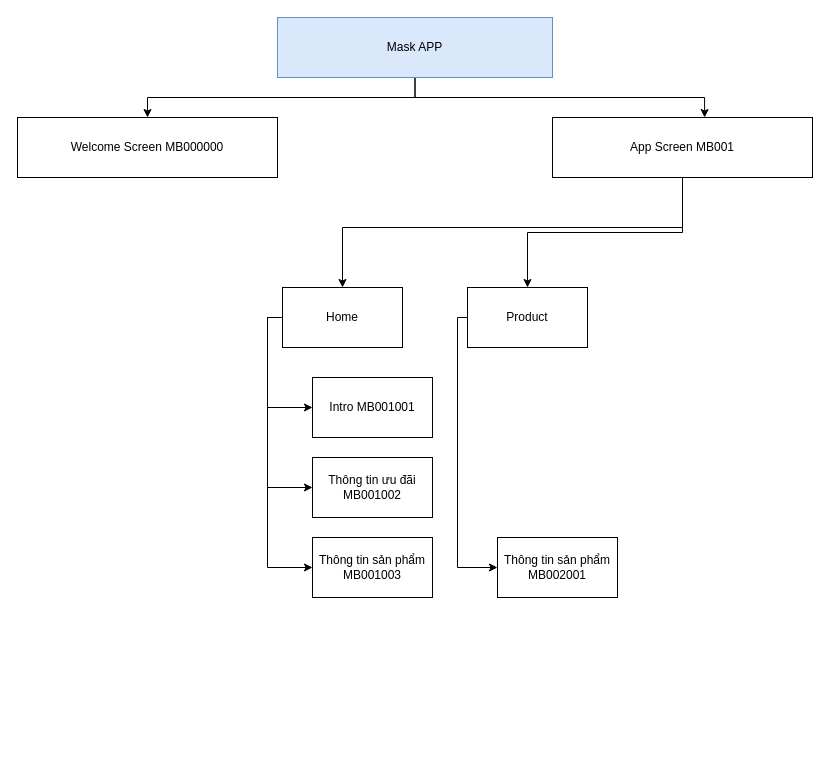
Earlier version of the draw.io diagram PRM/01.SA/SiteMap.drawio (nghipq/Group5). Source tidied: cells renumbered, new cells numbered last; positions are measured from the earlier drawing's top-left corner, leaving out a move shared by most shapes. Both pictures are drawn from the tidied source at 100%, with x=0, y=0 at pixel (17, 17).
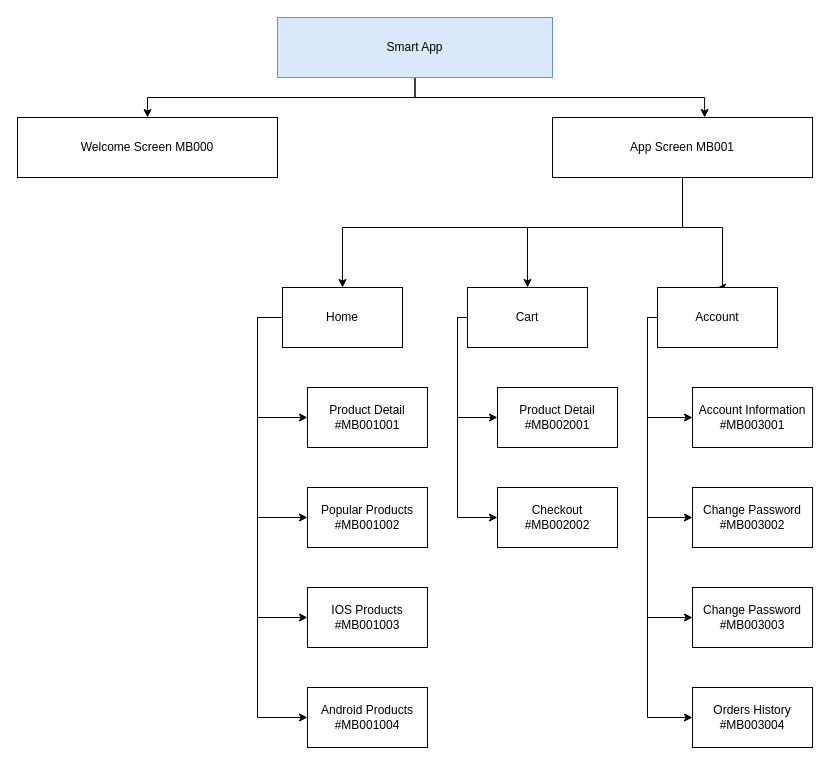
Above is the later version.

The change refers to these unchanged cells:
```xml
<mxCell id="8" value="App Screen MB001" style="rounded=0;whiteSpace=wrap;html=1;" parent="1" vertex="1">
  <mxGeometry x="535" y="100" width="260" height="60" as="geometry" />
</mxCell>
<mxCell id="12" value="Home" style="rounded=0;whiteSpace=wrap;html=1;" parent="1" vertex="1">
  <mxGeometry x="265" y="270" width="120" height="60" as="geometry" />
</mxCell>
```

The edit, as a diff of the source:
```diff
@@
-    <mxCell id="4" value="Mask APP" style="rounded=0;whiteSpace=wrap;html=1;fillColor=#dae8fc;strokeColor=#6c8ebf;" parent="1" vertex="1">
+    <mxCell id="4" value="Smart App" style="rounded=0;whiteSpace=wrap;html=1;fillColor=#dae8fc;strokeColor=#6c8ebf;" parent="1" vertex="1">
       <mxGeometry x="260" width="275" height="60" as="geometry" />
     </mxCell>
-    <mxCell id="5" value="Welcome Screen MB000000" style="rounded=0;whiteSpace=wrap;html=1;" parent="1" vertex="1">
+    <mxCell id="5" value="Welcome Screen MB000" style="rounded=0;whiteSpace=wrap;html=1;" parent="1" vertex="1">
       <mxGeometry y="100" width="260" height="60" as="geometry" />
     </mxCell>
@@
     <mxCell id="7" style="edgeStyle=orthogonalEdgeStyle;rounded=0;jettySize=auto;html=1;" parent="1" edge="1" source="8" target="14">
-      <mxGeometry relative="1" as="geometry" />
+      <mxGeometry relative="1" as="geometry">
+        <Array as="points">
+          <mxPoint x="665" y="210" />
+          <mxPoint x="510" y="210" />
+        </Array>
+      </mxGeometry>
     </mxCell>
+    <mxCell id="19" style="edgeStyle=orthogonalEdgeStyle;rounded=0;jettySize=auto;html=1;entryX=0.5;entryY=0;entryDx=0;entryDy=0;" parent="1" edge="1" source="8" target="32">
+      <mxGeometry relative="1" as="geometry">
+        <Array as="points">
+          <mxPoint x="665" y="210" />
+          <mxPoint x="705" y="210" />
+        </Array>
+      </mxGeometry>
+    </mxCell>
@@
-    <mxCell id="9" style="edgeStyle=orthogonalEdgeStyle;rounded=0;jettySize=auto;html=1;entryX=0;entryY=0.5;entryDx=0;entryDy=0;" parent="1" edge="1" source="12" target="15">
-      <mxGeometry relative="1" as="geometry">
-        <Array as="points">
-          <mxPoint x="250" y="300" />
-          <mxPoint x="250" y="390" />
-        </Array>
-      </mxGeometry>
-    </mxCell>
-    <mxCell id="10" style="edgeStyle=orthogonalEdgeStyle;rounded=0;jettySize=auto;html=1;entryX=0;entryY=0.5;entryDx=0;entryDy=0;" parent="1" edge="1" source="12" target="16">
-      <mxGeometry relative="1" as="geometry">
-        <Array as="points">
-          <mxPoint x="250" y="300" />
-          <mxPoint x="250" y="470" />
-        </Array>
-      </mxGeometry>
-    </mxCell>
     <mxCell id="11" style="edgeStyle=orthogonalEdgeStyle;rounded=0;jettySize=auto;html=1;entryX=0;entryY=0.5;entryDx=0;entryDy=0;" parent="1" edge="1" source="12" target="17">
       <mxGeometry relative="1" as="geometry">
         <Array as="points">
-          <mxPoint x="250" y="300" />
-          <mxPoint x="250" y="550" />
+          <mxPoint x="240" y="300" />
+          <mxPoint x="240" y="400" />
         </Array>
       </mxGeometry>
     </mxCell>
+    <mxCell id="20" style="edgeStyle=orthogonalEdgeStyle;rounded=0;jettySize=auto;html=1;entryX=0;entryY=0.5;entryDx=0;entryDy=0;" parent="1" edge="1" source="12" target="25">
+      <mxGeometry relative="1" as="geometry">
+        <Array as="points">
+          <mxPoint x="240" y="300" />
+          <mxPoint x="240" y="700" />
+        </Array>
+      </mxGeometry>
+    </mxCell>
+    <mxCell id="21" style="edgeStyle=orthogonalEdgeStyle;rounded=0;jettySize=auto;html=1;entryX=0;entryY=0.5;entryDx=0;entryDy=0;" parent="1" edge="1" source="12" target="26">
+      <mxGeometry relative="1" as="geometry">
+        <Array as="points">
+          <mxPoint x="240" y="300" />
+          <mxPoint x="240" y="600" />
+        </Array>
+      </mxGeometry>
+    </mxCell>
+    <mxCell id="22" style="edgeStyle=orthogonalEdgeStyle;rounded=0;jettySize=auto;html=1;entryX=0;entryY=0.5;entryDx=0;entryDy=0;" parent="1" edge="1" source="12" target="24">
+      <mxGeometry relative="1" as="geometry">
+        <Array as="points">
+          <mxPoint x="240" y="300" />
+          <mxPoint x="240" y="500" />
+        </Array>
+      </mxGeometry>
+    </mxCell>
@@
     <mxCell id="13" style="edgeStyle=orthogonalEdgeStyle;rounded=0;jettySize=auto;html=1;entryX=0;entryY=0.5;entryDx=0;entryDy=0;" parent="1" edge="1" source="14" target="18">
       <mxGeometry relative="1" as="geometry">
         <Array as="points">
           <mxPoint x="440" y="300" />
-          <mxPoint x="440" y="550" />
+          <mxPoint x="440" y="400" />
         </Array>
       </mxGeometry>
     </mxCell>
+    <mxCell id="23" style="edgeStyle=orthogonalEdgeStyle;rounded=0;jettySize=auto;html=1;entryX=0;entryY=0.5;entryDx=0;entryDy=0;" parent="1" edge="1" source="14" target="27">
+      <mxGeometry relative="1" as="geometry">
+        <Array as="points">
+          <mxPoint x="440" y="300" />
+          <mxPoint x="440" y="500" />
+        </Array>
+      </mxGeometry>
+    </mxCell>
-    <mxCell id="14" value="Product" style="rounded=0;whiteSpace=wrap;html=1;" parent="1" vertex="1">
+    <mxCell id="14" value="Cart" style="rounded=0;whiteSpace=wrap;html=1;" parent="1" vertex="1">
       <mxGeometry x="450" y="270" width="120" height="60" as="geometry" />
     </mxCell>
-    <mxCell id="15" value="Intro MB001001" style="rounded=0;whiteSpace=wrap;html=1;" parent="1" vertex="1">
-      <mxGeometry x="295" y="360" width="120" height="60" as="geometry" />
-    </mxCell>
-    <mxCell id="16" value="Thông tin ưu đãi MB001002" style="rounded=0;whiteSpace=wrap;html=1;" parent="1" vertex="1">
-      <mxGeometry x="295" y="440" width="120" height="60" as="geometry" />
-    </mxCell>
-    <mxCell id="17" value="Thông tin sản phẩm MB001003" style="rounded=0;whiteSpace=wrap;html=1;" parent="1" vertex="1">
-      <mxGeometry x="295" y="520" width="120" height="60" as="geometry" />
+    <mxCell id="17" value="Product Detail #MB001001" style="rounded=0;whiteSpace=wrap;html=1;" parent="1" vertex="1">
+      <mxGeometry x="290" y="370" width="120" height="60" as="geometry" />
     </mxCell>
-    <mxCell id="18" value="Thông tin sản phẩm MB002001" style="rounded=0;whiteSpace=wrap;html=1;" parent="1" vertex="1">
-      <mxGeometry x="480" y="520" width="120" height="60" as="geometry" />
+    <mxCell id="18" value="Product Detail #MB002001" style="rounded=0;whiteSpace=wrap;html=1;" parent="1" vertex="1">
+      <mxGeometry x="480" y="370" width="120" height="60" as="geometry" />
     </mxCell>
+    <mxCell id="24" value="Popular Products #MB001002" style="rounded=0;whiteSpace=wrap;html=1;" parent="1" vertex="1">
+      <mxGeometry x="290" y="470" width="120" height="60" as="geometry" />
+    </mxCell>
+    <mxCell id="25" value="Android Products #MB001004" style="rounded=0;whiteSpace=wrap;html=1;" parent="1" vertex="1">
+      <mxGeometry x="290" y="670" width="120" height="60" as="geometry" />
+    </mxCell>
+    <mxCell id="26" value="IOS Products #MB001003" style="rounded=0;whiteSpace=wrap;html=1;" parent="1" vertex="1">
+      <mxGeometry x="290" y="570" width="120" height="60" as="geometry" />
+    </mxCell>
+    <mxCell id="27" value="Checkout #MB002002" style="rounded=0;whiteSpace=wrap;html=1;" parent="1" vertex="1">
+      <mxGeometry x="480" y="470" width="120" height="60" as="geometry" />
+    </mxCell>
+    <mxCell id="28" style="edgeStyle=orthogonalEdgeStyle;rounded=0;jettySize=auto;html=1;entryX=0;entryY=0.5;entryDx=0;entryDy=0;" parent="1" edge="1" source="32" target="33">
+      <mxGeometry relative="1" as="geometry">
+        <Array as="points">
+          <mxPoint x="630" y="300" />
+          <mxPoint x="630" y="400" />
+        </Array>
+      </mxGeometry>
+    </mxCell>
+    <mxCell id="29" style="edgeStyle=orthogonalEdgeStyle;rounded=0;jettySize=auto;html=1;entryX=0;entryY=0.5;entryDx=0;entryDy=0;" parent="1" edge="1" source="32" target="34">
+      <mxGeometry relative="1" as="geometry">
+        <Array as="points">
+          <mxPoint x="630" y="300" />
+          <mxPoint x="630" y="500" />
+        </Array>
+      </mxGeometry>
+    </mxCell>
+    <mxCell id="30" style="edgeStyle=orthogonalEdgeStyle;rounded=0;jettySize=auto;html=1;entryX=0;entryY=0.5;entryDx=0;entryDy=0;" parent="1" edge="1" source="32" target="35">
+      <mxGeometry relative="1" as="geometry">
+        <Array as="points">
+          <mxPoint x="630" y="300" />
+          <mxPoint x="630" y="600" />
+        </Array>
+      </mxGeometry>
+    </mxCell>
+    <mxCell id="31" style="edgeStyle=orthogonalEdgeStyle;rounded=0;jettySize=auto;html=1;entryX=0;entryY=0.5;entryDx=0;entryDy=0;" parent="1" edge="1" source="32" target="36">
+      <mxGeometry relative="1" as="geometry">
+        <Array as="points">
+          <mxPoint x="630" y="300" />
+          <mxPoint x="630" y="700" />
+        </Array>
+      </mxGeometry>
+    </mxCell>
+    <mxCell id="32" value="Account" style="rounded=0;whiteSpace=wrap;html=1;" parent="1" vertex="1">
+      <mxGeometry x="640" y="270" width="120" height="60" as="geometry" />
+    </mxCell>
+    <mxCell id="33" value="Account Information #MB003001" style="rounded=0;whiteSpace=wrap;html=1;" parent="1" vertex="1">
+      <mxGeometry x="675" y="370" width="120" height="60" as="geometry" />
+    </mxCell>
+    <mxCell id="34" value="Change Password #MB003002" style="rounded=0;whiteSpace=wrap;html=1;" parent="1" vertex="1">
+      <mxGeometry x="675" y="470" width="120" height="60" as="geometry" />
+    </mxCell>
+    <mxCell id="35" value="Change Password #MB003003" style="rounded=0;whiteSpace=wrap;html=1;" parent="1" vertex="1">
+      <mxGeometry x="675" y="570" width="120" height="60" as="geometry" />
+    </mxCell>
+    <mxCell id="36" value="Orders History #MB003004" style="rounded=0;whiteSpace=wrap;html=1;" parent="1" vertex="1">
+      <mxGeometry x="675" y="670" width="120" height="60" as="geometry" />
+    </mxCell>
```
